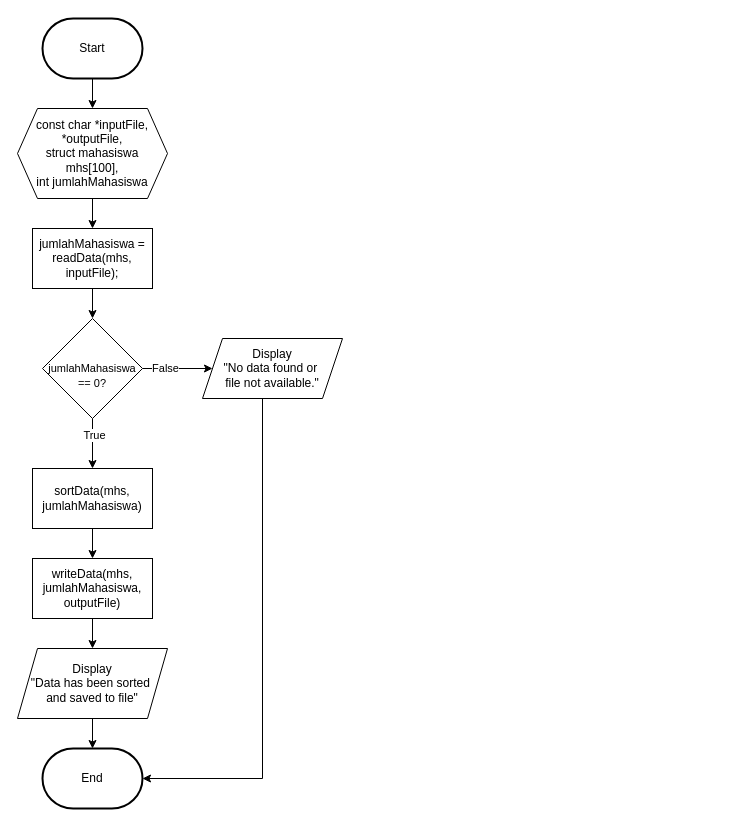
Above: modul 4.drawio in elikawicaksana/BuildIT_BasisData (draw.io), before the change. Source tidied: cells renumbered, new cells numbered last; positions are measured from the earlier drawing's top-left corner, leaving out a move shared by most shapes. Both pictures are drawn from the tidied source at 100%, with x=0, y=0 at pixel (17, 18).
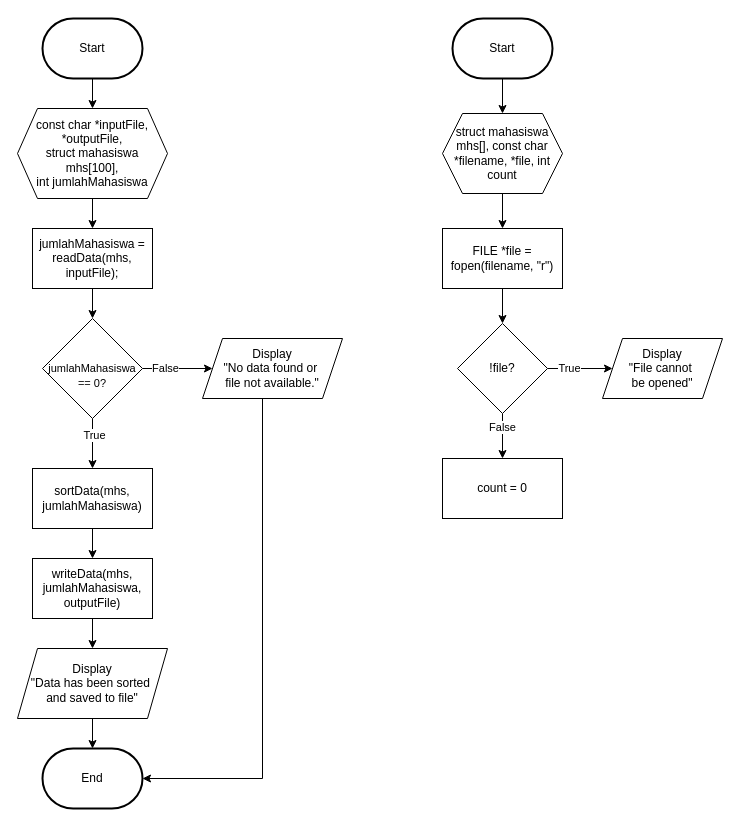
After the change.

Diff of the diagram source:
```diff
@@
+    <mxCell id="22" style="edgeStyle=orthogonalEdgeStyle;rounded=0;jettySize=auto;html=1;entryX=0.5;entryY=0;entryDx=0;entryDy=0;" parent="1" edge="1" source="23" target="25">
+      <mxGeometry relative="1" as="geometry" />
+    </mxCell>
+    <mxCell id="23" value="Start" style="strokeWidth=2;html=1;shape=mxgraph.flowchart.terminator;whiteSpace=wrap;" parent="1" vertex="1">
+      <mxGeometry x="435" width="100" height="60" as="geometry" />
+    </mxCell>
+    <mxCell id="24" style="edgeStyle=orthogonalEdgeStyle;rounded=0;jettySize=auto;html=1;entryX=0.5;entryY=0;entryDx=0;entryDy=0;" parent="1" edge="1" source="25" target="27">
+      <mxGeometry relative="1" as="geometry" />
+    </mxCell>
+    <mxCell id="25" value="struct&amp;nbsp;mahasiswa mhs[], const char *filename, *file, int count" style="shape=hexagon;perimeter=hexagonPerimeter2;whiteSpace=wrap;html=1;fixedSize=1;" parent="1" vertex="1">
+      <mxGeometry x="425" y="95" width="120" height="80" as="geometry" />
+    </mxCell>
+    <mxCell id="26" style="edgeStyle=orthogonalEdgeStyle;rounded=0;jettySize=auto;html=1;entryX=0.5;entryY=0;entryDx=0;entryDy=0;" parent="1" edge="1" source="27" target="32">
+      <mxGeometry relative="1" as="geometry" />
+    </mxCell>
+    <mxCell id="27" value="FILE *file = fopen(filename, &quot;r&quot;)" style="rounded=0;whiteSpace=wrap;html=1;" parent="1" vertex="1">
+      <mxGeometry x="425" y="210" width="120" height="60" as="geometry" />
+    </mxCell>
+    <mxCell id="28" style="edgeStyle=orthogonalEdgeStyle;rounded=0;jettySize=auto;html=1;entryX=0;entryY=0.5;entryDx=0;entryDy=0;" parent="1" edge="1" source="32" target="33">
+      <mxGeometry relative="1" as="geometry" />
+    </mxCell>
+    <mxCell id="29" value="True" style="edgeLabel;html=1;align=center;verticalAlign=middle;" parent="28" vertex="1">
+      <mxGeometry x="-0.35" y="1" relative="1" as="geometry" />
+    </mxCell>
+    <mxCell id="30" style="edgeStyle=orthogonalEdgeStyle;rounded=0;jettySize=auto;html=1;entryX=0.5;entryY=0;entryDx=0;entryDy=0;" parent="1" edge="1" source="32" target="34">
+      <mxGeometry relative="1" as="geometry" />
+    </mxCell>
+    <mxCell id="31" value="False" style="edgeLabel;html=1;align=center;verticalAlign=middle;" parent="30" vertex="1">
+      <mxGeometry x="-0.41" y="-1" relative="1" as="geometry" />
+    </mxCell>
+    <mxCell id="32" value="!file?" style="rhombus;whiteSpace=wrap;html=1;" parent="1" vertex="1">
+      <mxGeometry x="440" y="305" width="90" height="90" as="geometry" />
+    </mxCell>
+    <mxCell id="33" value="Display&lt;div&gt;&quot;File cannot&amp;nbsp;&lt;/div&gt;&lt;div&gt;be opened&quot;&lt;/div&gt;" style="shape=parallelogram;perimeter=parallelogramPerimeter;whiteSpace=wrap;html=1;fixedSize=1;" parent="1" vertex="1">
+      <mxGeometry x="585" y="320" width="120" height="60" as="geometry" />
+    </mxCell>
+    <mxCell id="34" value="count = 0" style="rounded=0;whiteSpace=wrap;html=1;" parent="1" vertex="1">
+      <mxGeometry x="425" y="440" width="120" height="60" as="geometry" />
+    </mxCell>
```
